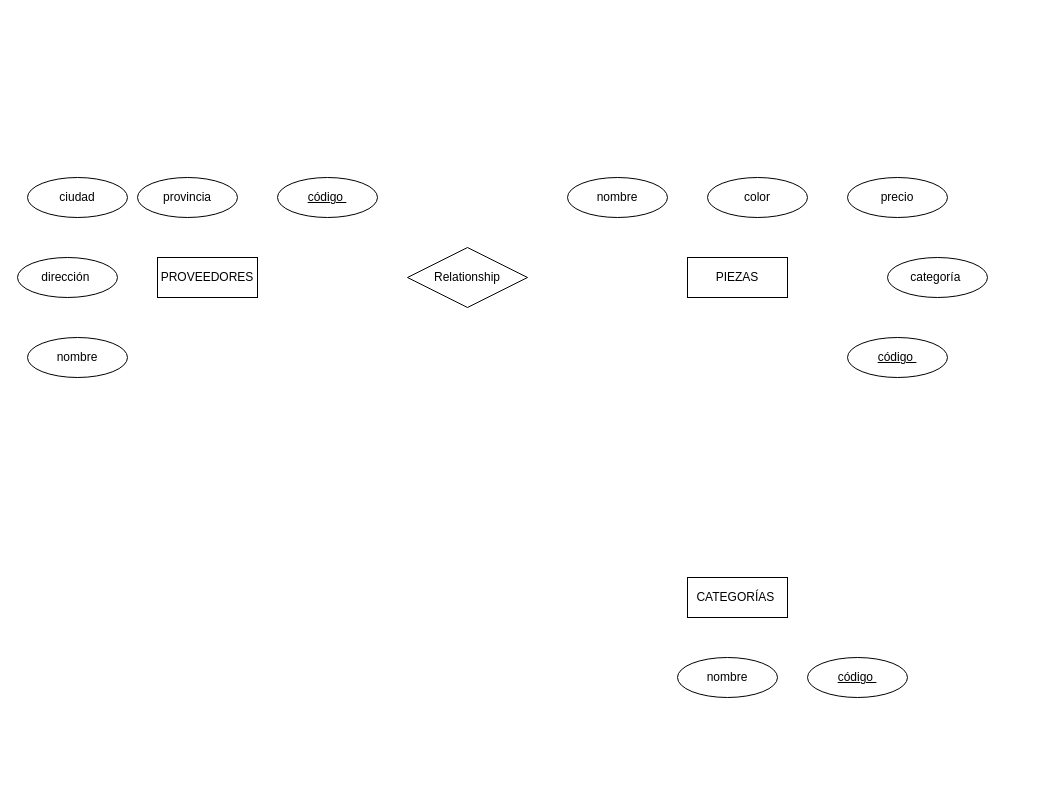
Before: DIAGRAMAN/Proyectofinal.drawio in IVONNE80/BASE-DE-DATOS, a draw.io diagram. Source tidied: cells renumbered, new cells numbered last; positions are measured from the earlier drawing's top-left corner, leaving out a move shared by most shapes. Both pictures are drawn from the tidied source at 100%, with x=0, y=0 at pixel (17, 177).
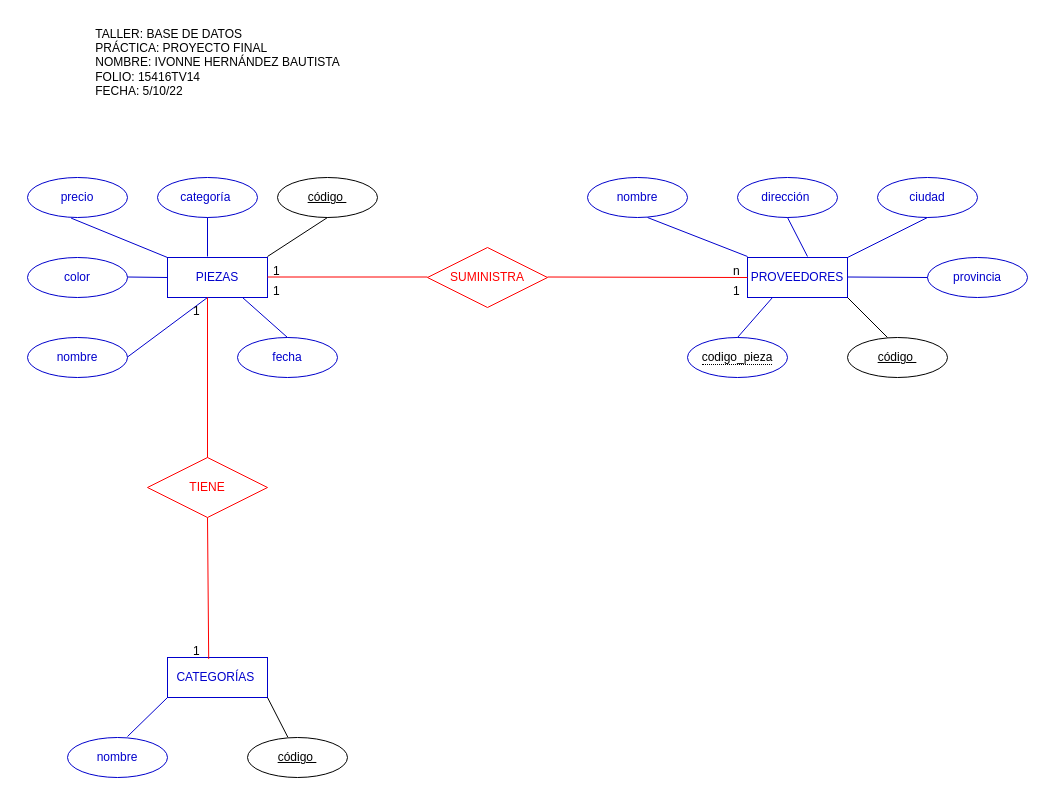
After the change.

Unchanged cells that the change refers to:
```xml
<mxCell id="9" value="código&amp;nbsp;" style="ellipse;whiteSpace=wrap;html=1;align=center;fontStyle=4;" parent="1" vertex="1">
  <mxGeometry x="260" width="100" height="40" as="geometry" />
</mxCell>
```

The edit, as a diff of the source:
```diff
@@
-    <mxCell id="2" value="PROVEEDORES" style="whiteSpace=wrap;html=1;align=center;" parent="1" vertex="1">
-      <mxGeometry x="140" y="80" width="100" height="40" as="geometry" />
+    <mxCell id="2" value="&lt;font color=&quot;#0000cc&quot;&gt;PROVEEDORES&lt;/font&gt;" style="whiteSpace=wrap;html=1;align=center;strokeColor=#0000CC;" parent="1" vertex="1">
+      <mxGeometry x="730" y="80" width="100" height="40" as="geometry" />
     </mxCell>
-    <mxCell id="3" value="PIEZAS" style="whiteSpace=wrap;html=1;align=center;" parent="1" vertex="1">
-      <mxGeometry x="670" y="80" width="100" height="40" as="geometry" />
+    <mxCell id="3" value="&lt;font color=&quot;#0000cc&quot;&gt;PIEZAS&lt;/font&gt;" style="whiteSpace=wrap;html=1;align=center;strokeColor=#0000CC;" parent="1" vertex="1">
+      <mxGeometry x="150" y="80" width="100" height="40" as="geometry" />
     </mxCell>
-    <mxCell id="4" value="CATEGORÍAS&amp;nbsp;" style="whiteSpace=wrap;html=1;align=center;" parent="1" vertex="1">
-      <mxGeometry x="670" y="400" width="100" height="40" as="geometry" />
+    <mxCell id="4" value="&lt;font color=&quot;#0000cc&quot;&gt;CATEGORÍAS&amp;nbsp;&lt;/font&gt;" style="whiteSpace=wrap;html=1;align=center;strokeColor=#0000CC;" parent="1" vertex="1">
+      <mxGeometry x="150" y="480" width="100" height="40" as="geometry" />
     </mxCell>
-    <mxCell id="5" value="nombre" style="ellipse;whiteSpace=wrap;html=1;align=center;" parent="1" vertex="1">
+    <mxCell id="5" value="&lt;font color=&quot;#0000cc&quot;&gt;nombre&lt;/font&gt;" style="ellipse;whiteSpace=wrap;html=1;align=center;strokeColor=#0000CC;" parent="1" vertex="1">
       <mxGeometry x="10" y="160" width="100" height="40" as="geometry" />
     </mxCell>
-    <mxCell id="6" value="dirección&amp;nbsp;" style="ellipse;whiteSpace=wrap;html=1;align=center;" parent="1" vertex="1">
-      <mxGeometry y="80" width="100" height="40" as="geometry" />
+    <mxCell id="6" value="&lt;font color=&quot;#0000cc&quot;&gt;dirección&amp;nbsp;&lt;/font&gt;" style="ellipse;whiteSpace=wrap;html=1;align=center;strokeColor=#0000CC;" parent="1" vertex="1">
+      <mxGeometry x="720" width="100" height="40" as="geometry" />
     </mxCell>
-    <mxCell id="7" value="ciudad" style="ellipse;whiteSpace=wrap;html=1;align=center;" parent="1" vertex="1">
-      <mxGeometry x="10" width="100" height="40" as="geometry" />
+    <mxCell id="7" value="&lt;font color=&quot;#0000cc&quot;&gt;ciudad&lt;/font&gt;" style="ellipse;whiteSpace=wrap;html=1;align=center;strokeColor=#0000CC;" parent="1" vertex="1">
+      <mxGeometry x="860" width="100" height="40" as="geometry" />
     </mxCell>
-    <mxCell id="8" value="provincia" style="ellipse;whiteSpace=wrap;html=1;align=center;" parent="1" vertex="1">
-      <mxGeometry x="120" width="100" height="40" as="geometry" />
+    <mxCell id="8" value="&lt;font color=&quot;#0000cc&quot;&gt;provincia&lt;/font&gt;" style="ellipse;whiteSpace=wrap;html=1;align=center;strokeColor=#0000CC;" parent="1" vertex="1">
+      <mxGeometry x="910" y="80" width="100" height="40" as="geometry" />
     </mxCell>
@@
-    <mxCell id="10" value="código&amp;nbsp;" style="ellipse;whiteSpace=wrap;html=1;align=center;fontStyle=4;" parent="1" vertex="1">
+    <mxCell id="10" value="código&amp;nbsp;" style="ellipse;whiteSpace=wrap;html=1;align=center;fontStyle=4;strokeColor=#000000;" parent="1" vertex="1">
       <mxGeometry x="830" y="160" width="100" height="40" as="geometry" />
     </mxCell>
-    <mxCell id="11" value="nombre" style="ellipse;whiteSpace=wrap;html=1;align=center;" parent="1" vertex="1">
-      <mxGeometry x="550" width="100" height="40" as="geometry" />
+    <mxCell id="11" value="&lt;font color=&quot;#0000cc&quot;&gt;nombre&lt;/font&gt;" style="ellipse;whiteSpace=wrap;html=1;align=center;strokeColor=#0000CC;" parent="1" vertex="1">
+      <mxGeometry x="570" width="100" height="40" as="geometry" />
     </mxCell>
-    <mxCell id="12" value="color" style="ellipse;whiteSpace=wrap;html=1;align=center;" parent="1" vertex="1">
-      <mxGeometry x="690" width="100" height="40" as="geometry" />
+    <mxCell id="12" value="&lt;font color=&quot;#0000cc&quot;&gt;color&lt;/font&gt;" style="ellipse;whiteSpace=wrap;html=1;align=center;strokeColor=#0000CC;" parent="1" vertex="1">
+      <mxGeometry x="10" y="80" width="100" height="40" as="geometry" />
     </mxCell>
-    <mxCell id="13" value="precio" style="ellipse;whiteSpace=wrap;html=1;align=center;" parent="1" vertex="1">
-      <mxGeometry x="830" width="100" height="40" as="geometry" />
+    <mxCell id="13" value="&lt;font color=&quot;#0000cc&quot;&gt;precio&lt;/font&gt;" style="ellipse;whiteSpace=wrap;html=1;align=center;strokeColor=#0000CC;" parent="1" vertex="1">
+      <mxGeometry x="10" width="100" height="40" as="geometry" />
     </mxCell>
-    <mxCell id="14" value="categoría&amp;nbsp;" style="ellipse;whiteSpace=wrap;html=1;align=center;" parent="1" vertex="1">
-      <mxGeometry x="870" y="80" width="100" height="40" as="geometry" />
+    <mxCell id="14" value="&lt;font color=&quot;#0000cc&quot;&gt;categoría&amp;nbsp;&lt;/font&gt;" style="ellipse;whiteSpace=wrap;html=1;align=center;strokeColor=#0000CC;" parent="1" vertex="1">
+      <mxGeometry x="140" width="100" height="40" as="geometry" />
     </mxCell>
-    <mxCell id="15" value="nombre" style="ellipse;whiteSpace=wrap;html=1;align=center;" parent="1" vertex="1">
-      <mxGeometry x="660" y="480" width="100" height="40" as="geometry" />
+    <mxCell id="15" value="&lt;font color=&quot;#0000cc&quot;&gt;nombre&lt;/font&gt;" style="ellipse;whiteSpace=wrap;html=1;align=center;strokeColor=#0000CC;" parent="1" vertex="1">
+      <mxGeometry x="50" y="560" width="100" height="40" as="geometry" />
     </mxCell>
     <mxCell id="16" value="código&amp;nbsp;" style="ellipse;whiteSpace=wrap;html=1;align=center;fontStyle=4;" parent="1" vertex="1">
-      <mxGeometry x="790" y="480" width="100" height="40" as="geometry" />
+      <mxGeometry x="230" y="560" width="100" height="40" as="geometry" />
     </mxCell>
-    <mxCell id="17" value="Relationship" style="shape=rhombus;perimeter=rhombusPerimeter;whiteSpace=wrap;html=1;align=center;" parent="1" vertex="1">
-      <mxGeometry x="390" y="70" width="120" height="60" as="geometry" />
+    <mxCell id="17" value="&lt;font color=&quot;#ff0000&quot;&gt;SUMINISTRA&lt;/font&gt;" style="shape=rhombus;perimeter=rhombusPerimeter;whiteSpace=wrap;html=1;align=center;strokeColor=#FF0000;" parent="1" vertex="1">
+      <mxGeometry x="410" y="70" width="120" height="60" as="geometry" />
     </mxCell>
+    <mxCell id="18" value="&lt;font color=&quot;#ff0000&quot;&gt;TIENE&lt;/font&gt;" style="shape=rhombus;perimeter=rhombusPerimeter;whiteSpace=wrap;html=1;align=center;strokeColor=#FF0000;" parent="1" vertex="1">
+      <mxGeometry x="130" y="280" width="120" height="60" as="geometry" />
+    </mxCell>
+    <mxCell id="19" style="endArrow=none;html=1;rounded=0;fontColor=#0000CC;entryX=0.5;entryY=1;entryDx=0;entryDy=0;" parent="1" edge="1" target="9">
+      <mxGeometry relative="1" as="geometry">
+        <mxPoint x="250" y="79" as="sourcePoint" />
+      </mxGeometry>
+    </mxCell>
+    <mxCell id="20" style="endArrow=none;html=1;rounded=0;fontColor=#0000CC;entryX=1;entryY=1;entryDx=0;entryDy=0;" parent="1" edge="1" target="2">
+      <mxGeometry relative="1" as="geometry">
+        <mxPoint x="870" y="160" as="sourcePoint" />
+      </mxGeometry>
+    </mxCell>
+    <mxCell id="21" style="endArrow=none;html=1;rounded=0;fontColor=#0000CC;exitX=0.404;exitY=-0.005;exitDx=0;exitDy=0;exitPerimeter=0;entryX=1;entryY=1;entryDx=0;entryDy=0;" parent="1" edge="1" source="16" target="4">
+      <mxGeometry relative="1" as="geometry" />
+    </mxCell>
+    <mxCell id="22" style="endArrow=none;html=1;rounded=0;fontColor=#0000CC;strokeColor=#0000CC;" parent="1" edge="1">
+      <mxGeometry relative="1" as="geometry">
+        <mxPoint x="630" y="40" as="sourcePoint" />
+        <mxPoint x="730" y="79" as="targetPoint" />
+      </mxGeometry>
+    </mxCell>
+    <mxCell id="23" style="endArrow=none;html=1;rounded=0;fontColor=#0000CC;strokeColor=#0000CC;" parent="1" edge="1">
+      <mxGeometry relative="1" as="geometry">
+        <mxPoint x="830" y="99.5" as="sourcePoint" />
+        <mxPoint x="910" y="100" as="targetPoint" />
+      </mxGeometry>
+    </mxCell>
+    <mxCell id="24" style="endArrow=none;html=1;rounded=0;fontColor=#0000CC;strokeColor=#0000CC;entryX=0.5;entryY=1;entryDx=0;entryDy=0;" parent="1" edge="1" target="7">
+      <mxGeometry relative="1" as="geometry">
+        <mxPoint x="830" y="80" as="sourcePoint" />
+      </mxGeometry>
+    </mxCell>
+    <mxCell id="25" style="endArrow=none;html=1;rounded=0;fontColor=#0000CC;strokeColor=#0000CC;entryX=0.5;entryY=1;entryDx=0;entryDy=0;" parent="1" edge="1" target="6">
+      <mxGeometry relative="1" as="geometry">
+        <mxPoint x="790" y="79" as="sourcePoint" />
+      </mxGeometry>
+    </mxCell>
+    <mxCell id="26" style="endArrow=none;html=1;rounded=0;fontColor=#0000CC;strokeColor=#0000CC;entryX=0.5;entryY=1;entryDx=0;entryDy=0;" parent="1" edge="1" target="14">
+      <mxGeometry relative="1" as="geometry">
+        <mxPoint x="190" y="79" as="sourcePoint" />
+      </mxGeometry>
+    </mxCell>
+    <mxCell id="27" style="endArrow=none;html=1;rounded=0;fontColor=#0000CC;strokeColor=#0000CC;entryX=0.436;entryY=1.015;entryDx=0;entryDy=0;entryPerimeter=0;" parent="1" edge="1" target="13">
+      <mxGeometry relative="1" as="geometry">
+        <mxPoint x="150" y="80" as="sourcePoint" />
+      </mxGeometry>
+    </mxCell>
+    <mxCell id="28" style="endArrow=none;html=1;rounded=0;fontColor=#0000CC;strokeColor=#0000CC;" parent="1" edge="1">
+      <mxGeometry relative="1" as="geometry">
+        <mxPoint x="110" y="99.5" as="sourcePoint" />
+        <mxPoint x="150" y="100" as="targetPoint" />
+      </mxGeometry>
+    </mxCell>
+    <mxCell id="29" style="endArrow=none;html=1;rounded=0;fontColor=#0000CC;strokeColor=#0000CC;" parent="1" edge="1">
+      <mxGeometry relative="1" as="geometry">
+        <mxPoint x="110" y="179.5" as="sourcePoint" />
+        <mxPoint x="190" y="120" as="targetPoint" />
+      </mxGeometry>
+    </mxCell>
+    <mxCell id="30" style="endArrow=none;html=1;rounded=0;fontColor=#0000CC;strokeColor=#0000CC;entryX=0;entryY=1;entryDx=0;entryDy=0;" parent="1" edge="1" target="4">
+      <mxGeometry relative="1" as="geometry">
+        <mxPoint x="110" y="559" as="sourcePoint" />
+      </mxGeometry>
+    </mxCell>
+    <mxCell id="31" style="endArrow=none;html=1;rounded=0;fontColor=#0000CC;strokeColor=#FF0000;entryX=0;entryY=0.5;entryDx=0;entryDy=0;" parent="1" edge="1" target="2">
+      <mxGeometry relative="1" as="geometry">
+        <mxPoint x="530" y="99.5" as="sourcePoint" />
+      </mxGeometry>
+    </mxCell>
+    <mxCell id="32" style="endArrow=none;html=1;rounded=0;fontColor=#0000CC;strokeColor=#FF0000;" parent="1" edge="1">
+      <mxGeometry relative="1" as="geometry">
+        <mxPoint x="250" y="99.5" as="sourcePoint" />
+        <mxPoint x="410" y="99.5" as="targetPoint" />
+      </mxGeometry>
+    </mxCell>
+    <mxCell id="33" style="endArrow=none;html=1;rounded=0;fontColor=#0000CC;strokeColor=#FF0000;entryX=0.412;entryY=0.035;entryDx=0;entryDy=0;entryPerimeter=0;" parent="1" edge="1" target="4">
+      <mxGeometry relative="1" as="geometry">
+        <mxPoint x="190" y="340" as="sourcePoint" />
+      </mxGeometry>
+    </mxCell>
+    <mxCell id="34" style="endArrow=none;html=1;rounded=0;fontColor=#0000CC;strokeColor=#FF0000;entryX=0.4;entryY=1;entryDx=0;entryDy=0;entryPerimeter=0;" parent="1" edge="1" target="3">
+      <mxGeometry relative="1" as="geometry">
+        <mxPoint x="190" y="280" as="sourcePoint" />
+      </mxGeometry>
+    </mxCell>
+    <mxCell id="35" value="1" style="text;strokeColor=none;fillColor=none;spacingLeft=4;spacingRight=4;overflow=hidden;fontSize=12;fontColor=#000000;" parent="1" vertex="1">
+      <mxGeometry x="170" y="120" width="20" height="30" as="geometry" />
+    </mxCell>
+    <mxCell id="36" value="1" style="text;strokeColor=none;fillColor=none;spacingLeft=4;spacingRight=4;overflow=hidden;fontSize=12;fontColor=#000000;" parent="1" vertex="1">
+      <mxGeometry x="170" y="460" width="20" height="30" as="geometry" />
+    </mxCell>
+    <mxCell id="37" value="1" style="text;strokeColor=none;fillColor=none;spacingLeft=4;spacingRight=4;overflow=hidden;fontSize=12;fontColor=#000000;" parent="1" vertex="1">
+      <mxGeometry x="250" y="80" width="20" height="30" as="geometry" />
+    </mxCell>
+    <mxCell id="38" value="n" style="text;strokeColor=none;fillColor=none;spacingLeft=4;spacingRight=4;overflow=hidden;fontSize=12;fontColor=#000000;" parent="1" vertex="1">
+      <mxGeometry x="710" y="80" width="20" height="30" as="geometry" />
+    </mxCell>
+    <mxCell id="39" value="&lt;span style=&quot;border-bottom: 1px dotted&quot;&gt;codigo_pieza&lt;/span&gt;" style="ellipse;whiteSpace=wrap;html=1;align=center;strokeColor=#0000CC;fontColor=#000000;" parent="1" vertex="1">
+      <mxGeometry x="670" y="160" width="100" height="40" as="geometry" />
+    </mxCell>
+    <mxCell id="40" style="endArrow=none;html=1;rounded=0;fontColor=#0000CC;strokeColor=#0000CC;entryX=0.25;entryY=1;entryDx=0;entryDy=0;" parent="1" edge="1" target="2">
+      <mxGeometry relative="1" as="geometry">
+        <mxPoint x="720" y="160" as="sourcePoint" />
+      </mxGeometry>
+    </mxCell>
+    <mxCell id="41" value="1" style="text;strokeColor=none;fillColor=none;spacingLeft=4;spacingRight=4;overflow=hidden;fontSize=12;fontColor=#000000;" parent="1" vertex="1">
+      <mxGeometry x="250" y="100" width="20" height="30" as="geometry" />
+    </mxCell>
+    <mxCell id="42" value="1" style="text;strokeColor=none;fillColor=none;spacingLeft=4;spacingRight=4;overflow=hidden;fontSize=12;fontColor=#000000;" parent="1" vertex="1">
+      <mxGeometry x="710" y="100" width="20" height="30" as="geometry" />
+    </mxCell>
+    <mxCell id="43" value="&lt;font color=&quot;#0000cc&quot;&gt;fecha&lt;/font&gt;" style="ellipse;whiteSpace=wrap;html=1;align=center;strokeColor=#0000CC;" parent="1" vertex="1">
+      <mxGeometry x="220" y="160" width="100" height="40" as="geometry" />
+    </mxCell>
+    <mxCell id="44" style="endArrow=none;html=1;rounded=0;fontColor=#0000CC;strokeColor=#0000CC;entryX=0.75;entryY=1;entryDx=0;entryDy=0;" parent="1" edge="1" target="3">
+      <mxGeometry relative="1" as="geometry">
+        <mxPoint x="270" y="160" as="sourcePoint" />
+      </mxGeometry>
+    </mxCell>
+    <mxCell id="45" value="&lt;div style=&quot;text-align: left;&quot;&gt;&lt;span style=&quot;background-color: initial;&quot;&gt;TALLER: BASE DE DATOS&lt;/span&gt;&lt;/div&gt;&lt;div style=&quot;text-align: left;&quot;&gt;&lt;span style=&quot;background-color: initial;&quot;&gt;PRÁCTICA: PROYECTO FINAL&lt;/span&gt;&lt;/div&gt;&lt;div style=&quot;text-align: left;&quot;&gt;&lt;span style=&quot;background-color: initial;&quot;&gt;NOMBRE: IVONNE HERNÁNDEZ BAUTISTA&lt;/span&gt;&lt;/div&gt;&lt;div style=&quot;text-align: left;&quot;&gt;&lt;span style=&quot;background-color: initial;&quot;&gt;FOLIO: 15416TV14&lt;/span&gt;&lt;/div&gt;&lt;div style=&quot;text-align: left;&quot;&gt;&lt;span style=&quot;background-color: initial;&quot;&gt;FECHA: 5/10/22&lt;/span&gt;&lt;/div&gt;" style="text;html=1;align=center;verticalAlign=middle;strokeColor=none;fillColor=none;" parent="1" vertex="1">
+      <mxGeometry x="65" y="-160" width="270" height="90" as="geometry" />
+    </mxCell>
```
